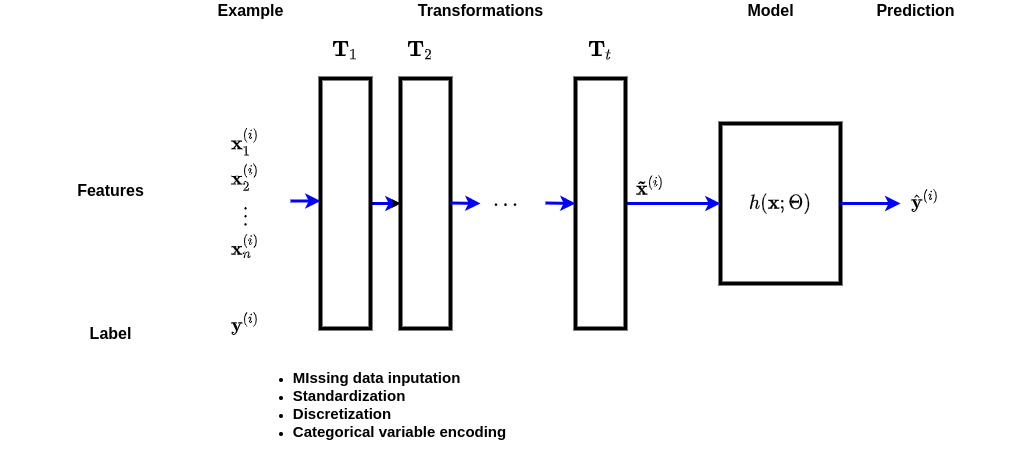
The draw.io diagram images/Feature_engineering.png in kenperry-public/ML_Spring_2021, before a commit. Source tidied: cells renumbered, new cells last; positions are measured from the earlier drawing's top-left corner, leaving out a move shared by most shapes.
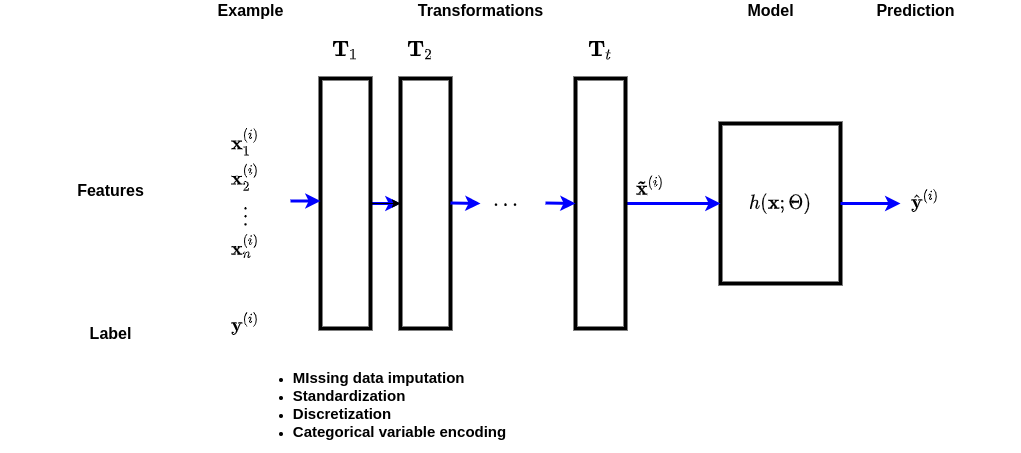
After the commit.

What changed in the source:
```diff
@@ -59,7 +59,7 @@
     <mxCell id="19" style="endArrow=classic;html=1;exitX=1;exitY=0.5;exitDx=0;exitDy=0;entryX=0.368;entryY=0.65;entryDx=0;entryDy=0;entryPerimeter=0;strokeWidth=3;strokeColor=#0000FF;" parent="1" edge="1" source="3" target="4">
       <mxGeometry relative="1" as="geometry" />
     </mxCell>
-    <mxCell id="20" value="&lt;ul&gt;&lt;li style=&quot;text-align: left&quot;&gt;&lt;font style=&quot;font-size: 15px&quot;&gt;&lt;b&gt;MIssing data inputation&lt;/b&gt;&lt;/font&gt;&lt;/li&gt;&lt;li style=&quot;text-align: left&quot;&gt;&lt;font style=&quot;font-size: 15px&quot;&gt;&lt;b&gt;Standardization&lt;/b&gt;&lt;/font&gt;&lt;/li&gt;&lt;li style=&quot;text-align: left&quot;&gt;&lt;font style=&quot;font-size: 15px&quot;&gt;&lt;b&gt;Discretization&lt;/b&gt;&lt;/font&gt;&lt;/li&gt;&lt;li style=&quot;text-align: left&quot;&gt;&lt;font style=&quot;font-size: 15px&quot;&gt;&lt;b&gt;Categorical variable encoding&lt;/b&gt;&lt;/font&gt;&lt;/li&gt;&lt;/ul&gt;" style="text;html=1;align=center;verticalAlign=middle;" parent="1" vertex="1">
+    <mxCell id="20" value="&lt;ul&gt;&lt;li style=&quot;text-align: left&quot;&gt;&lt;font style=&quot;font-size: 15px&quot;&gt;&lt;b&gt;MIssing data imputation&lt;/b&gt;&lt;/font&gt;&lt;/li&gt;&lt;li style=&quot;text-align: left&quot;&gt;&lt;font style=&quot;font-size: 15px&quot;&gt;&lt;b&gt;Standardization&lt;/b&gt;&lt;/font&gt;&lt;/li&gt;&lt;li style=&quot;text-align: left&quot;&gt;&lt;font style=&quot;font-size: 15px&quot;&gt;&lt;b&gt;Discretization&lt;/b&gt;&lt;/font&gt;&lt;/li&gt;&lt;li style=&quot;text-align: left&quot;&gt;&lt;font style=&quot;font-size: 15px&quot;&gt;&lt;b&gt;Categorical variable encoding&lt;/b&gt;&lt;/font&gt;&lt;/li&gt;&lt;/ul&gt;" style="text;html=1;align=center;verticalAlign=middle;" parent="1" vertex="1">
       <mxGeometry x="244" y="359" width="270" height="90" as="geometry" />
     </mxCell>
     <mxCell id="21" value="&lt;font style=&quot;font-size: 16px&quot;&gt;$$\mathbf{\tilde{x}}^{(i)}$$&lt;/font&gt;" style="text;html=1;align=center;verticalAlign=middle;" parent="1" vertex="1">
```
